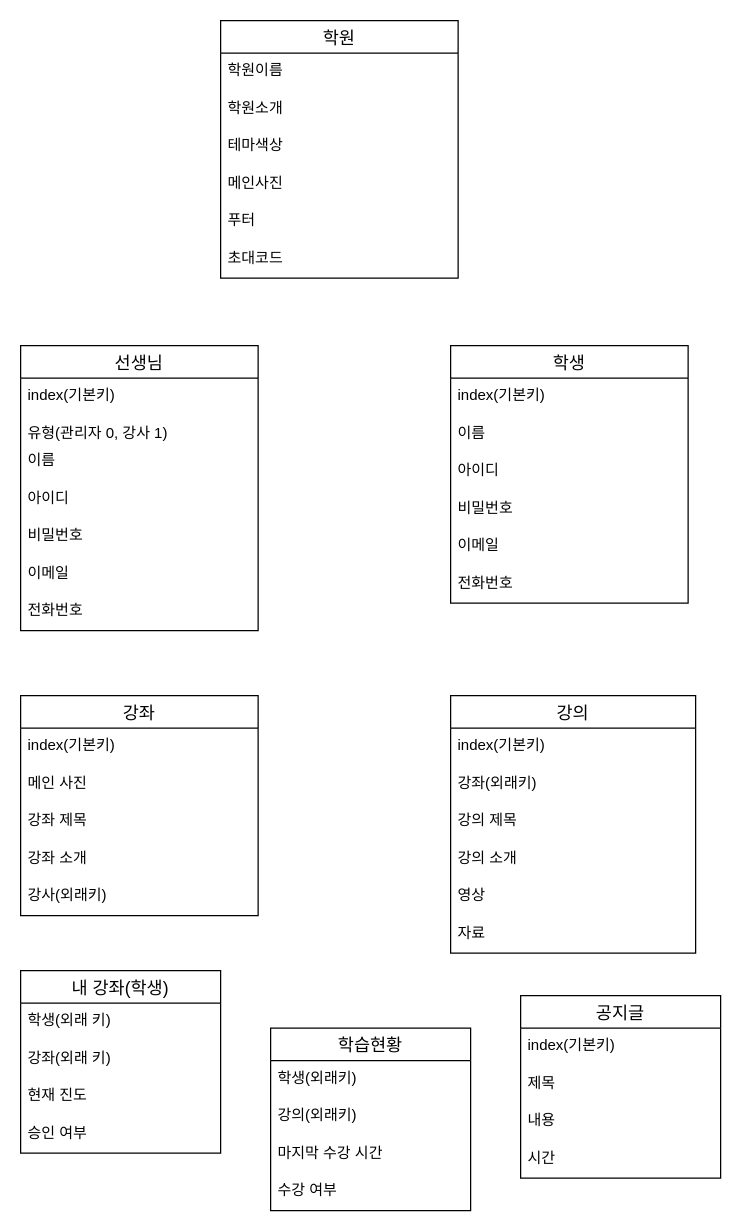
Earlier version of the draw.io diagram DB/UntactEdu DB Table.drawio (jjmm0312/EduPlatform). Source tidied: cells renumbered, new cells numbered last; positions are measured from the earlier drawing's top-left corner, leaving out a move shared by most shapes. Both pictures are drawn from the tidied source at 125%, with x=0, y=0 at pixel (20, 20).
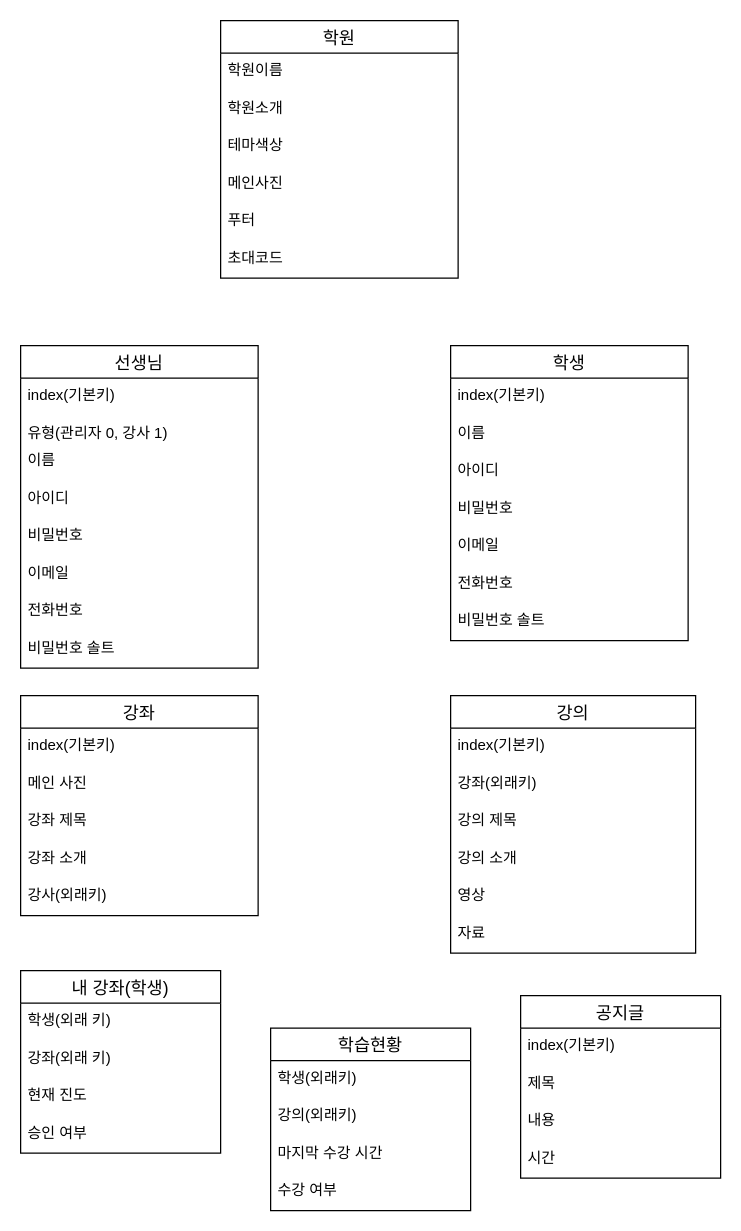
After the change.

Commit message:
Edit Database Info

Diff of the diagram source:
```diff
@@
     <mxCell id="9" value="선생님" style="swimlane;fontStyle=0;horizontal=1;startSize=26;align=center;fontSize=14;" parent="1" vertex="1">
-      <mxGeometry y="260" width="190" height="228" as="geometry" />
+      <mxGeometry y="260" width="190" height="258" as="geometry" />
     </mxCell>
@@
+    <mxCell id="52" value="비밀번호 솔트" style="text;strokeColor=none;fillColor=none;spacingLeft=4;spacingRight=4;overflow=hidden;fontSize=12;" parent="9" vertex="1">
+      <mxGeometry y="228" width="190" height="30" as="geometry" />
+    </mxCell>
     <mxCell id="17" value="학생" style="swimlane;fontStyle=0;horizontal=1;startSize=26;align=center;fontSize=14;" parent="1" vertex="1">
-      <mxGeometry x="344" y="260" width="190" height="206" as="geometry" />
+      <mxGeometry x="344" y="260" width="190" height="236" as="geometry" />
     </mxCell>
@@
+    <mxCell id="53" value="비밀번호 솔트" style="text;strokeColor=none;fillColor=none;spacingLeft=4;spacingRight=4;overflow=hidden;fontSize=12;" parent="17" vertex="1">
+      <mxGeometry y="206" width="190" height="30" as="geometry" />
+    </mxCell>
```
